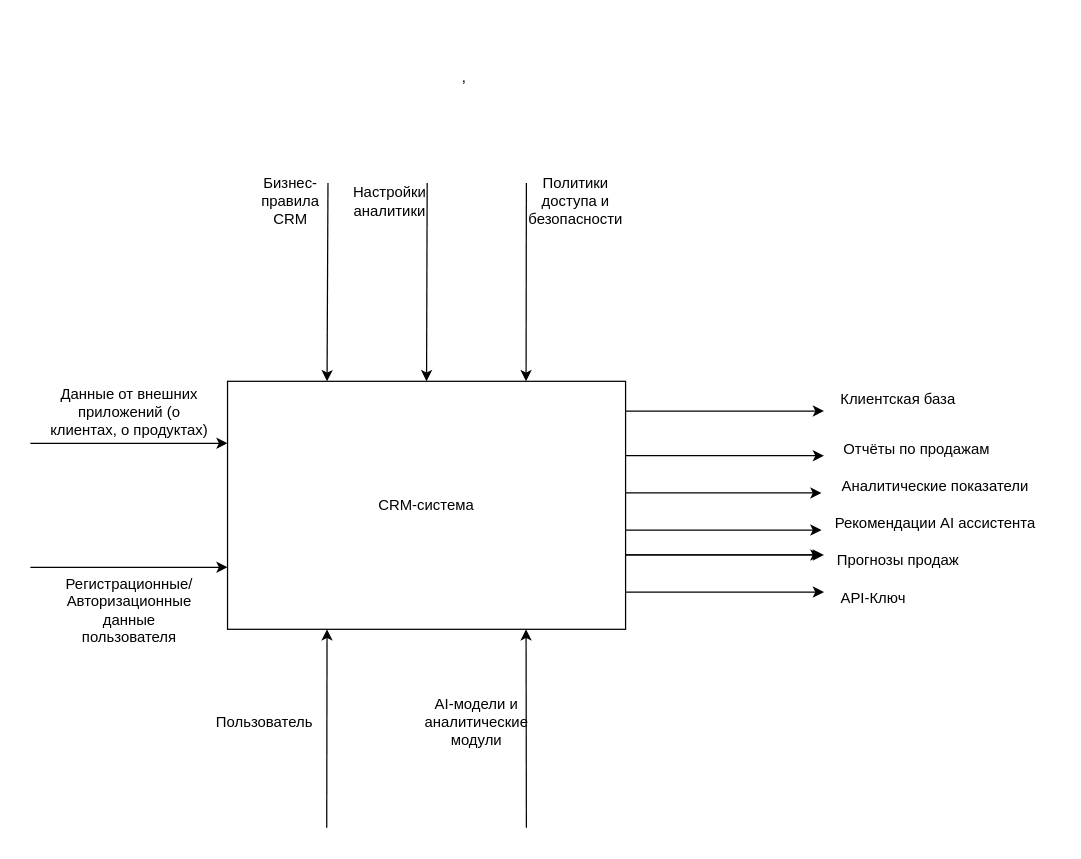
Earlier version of the draw.io diagram docs/src/idef0.drawio (StandartU/ai_crm). Source tidied: cells renumbered, new cells numbered last; positions are measured from the earlier drawing's top-left corner, leaving out a move shared by most shapes. Both pictures are drawn from the tidied source at 124%, with x=0, y=0 at pixel (30, 21).
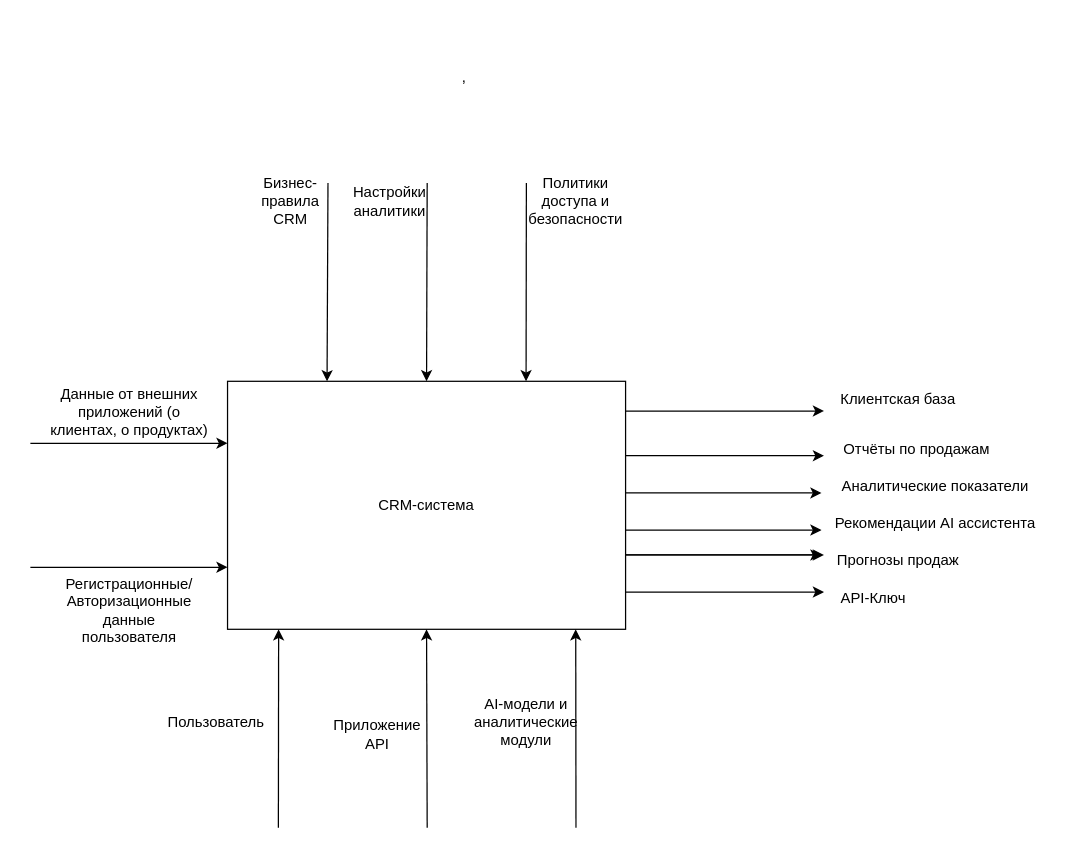
Above is the later version.

Unchanged cells that the change refers to:
```xml
<mxCell id="2" value="CRM-система" style="rounded=0;whiteSpace=wrap;html=1;" parent="1" vertex="1">
  <mxGeometry x="159" y="290" width="321" height="200" as="geometry" />
</mxCell>
```

The edit, as a diff of the source:
```diff
@@
-    <mxCell id="14" style="edgeStyle=none;jettySize=auto;html=1;rounded=0;entryX=0.25;entryY=1;entryDx=0;entryDy=0;" parent="1" edge="1" target="2">
+    <mxCell id="14" style="edgeStyle=none;orthogonalLoop=1;jettySize=auto;html=1;rounded=0;entryX=0.25;entryY=1;entryDx=0;entryDy=0;" parent="1" edge="1">
       <mxGeometry relative="1" as="geometry">
-        <mxPoint x="239" y="650" as="sourcePoint" />
+        <mxPoint x="200" y="650" as="sourcePoint" />
+        <mxPoint x="200.2" y="490" as="targetPoint" />
       </mxGeometry>
     </mxCell>
     <mxCell id="15" value="Пользователь" style="text;html=1;whiteSpace=wrap;strokeColor=none;fillColor=none;align=center;verticalAlign=middle;rounded=0;" parent="1" vertex="1">
-      <mxGeometry x="159" y="550" width="60" height="30" as="geometry" />
+      <mxGeometry x="120" y="550" width="60" height="30" as="geometry" />
     </mxCell>
-    <mxCell id="16" style="edgeStyle=none;jettySize=auto;html=1;rounded=0;entryX=0.75;entryY=1;entryDx=0;entryDy=0;" parent="1" edge="1" target="2">
+    <mxCell id="16" style="edgeStyle=none;orthogonalLoop=1;jettySize=auto;html=1;rounded=0;entryX=0.75;entryY=1;entryDx=0;entryDy=0;" parent="1" edge="1">
       <mxGeometry relative="1" as="geometry">
-        <mxPoint x="400" y="650" as="sourcePoint" />
+        <mxPoint x="440" y="650" as="sourcePoint" />
+        <mxPoint x="439.8" y="490" as="targetPoint" />
       </mxGeometry>
     </mxCell>
     <mxCell id="17" value="AI-модели и аналитические модули" style="text;html=1;whiteSpace=wrap;strokeColor=none;fillColor=none;align=center;verticalAlign=middle;rounded=0;" parent="1" vertex="1">
-      <mxGeometry x="330" y="550" width="60" height="30" as="geometry" />
+      <mxGeometry x="370" y="550" width="60" height="30" as="geometry" />
     </mxCell>
@@
+    <mxCell id="31" style="edgeStyle=none;jettySize=auto;html=1;rounded=0;entryX=0.5;entryY=1;entryDx=0;entryDy=0;" parent="1" edge="1" target="2">
+      <mxGeometry relative="1" as="geometry">
+        <mxPoint x="320" y="650" as="sourcePoint" />
+      </mxGeometry>
+    </mxCell>
+    <mxCell id="32" value="Приложение API" style="text;html=1;whiteSpace=wrap;strokeColor=none;fillColor=none;align=center;verticalAlign=middle;rounded=0;" parent="1" vertex="1">
+      <mxGeometry x="250" y="560" width="60" height="30" as="geometry" />
+    </mxCell>
```
